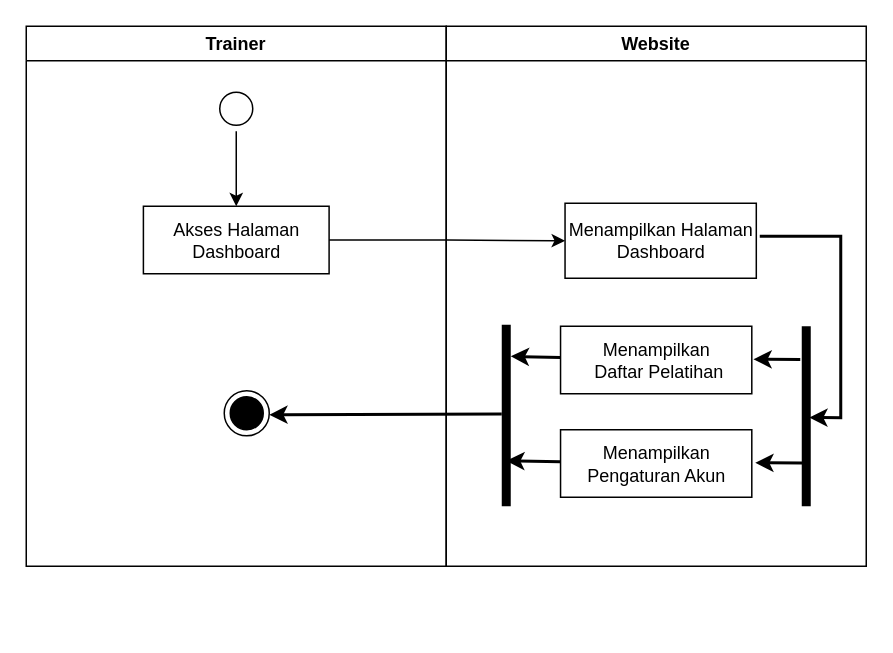
Earlier version of the draw.io diagram Dokumen TA/Diagram/activity_diagram/trainer/trainer menampilkan dashboard.drawio (secondline16/ptsuryasafetynusantara). Source tidied: cells renumbered, new cells numbered last; positions are measured from the earlier drawing's top-left corner, leaving out a move shared by most shapes. Both pictures are drawn from the tidied source at 150%, with x=0, y=0 at pixel (26, 26).
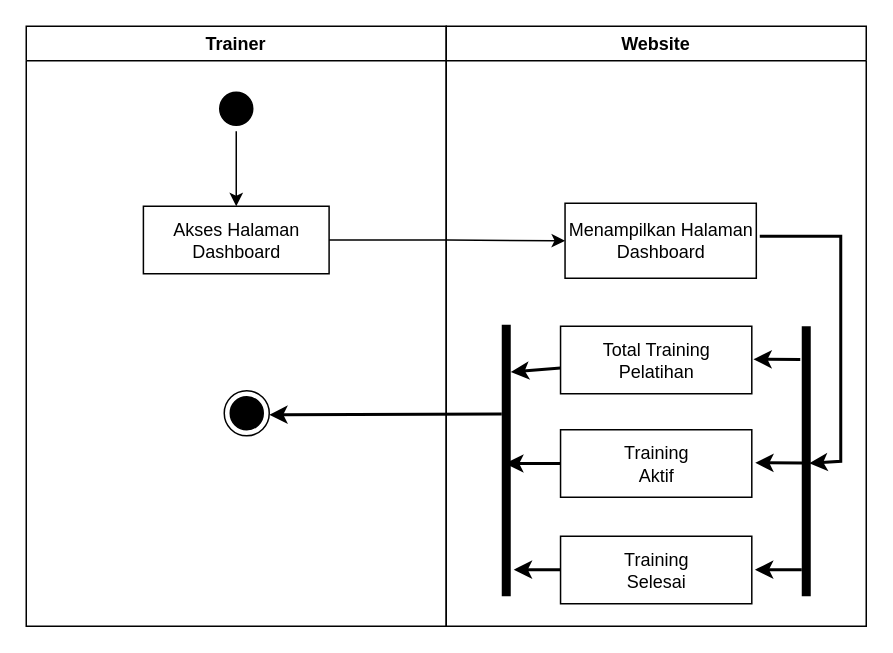
The same diagram, later.

Change to the diagram source:
```diff
@@
     <mxCell id="2" value="Website" style="swimlane;fillColor=none;" parent="1" vertex="1">
-      <mxGeometry x="280" width="280" height="360" as="geometry" />
+      <mxGeometry x="280" width="280" height="400" as="geometry" />
     </mxCell>
     <mxCell id="3" style="edgeStyle=none;rounded=0;jettySize=auto;html=1;strokeWidth=2;entryX=0.507;entryY=0.4;entryDx=0;entryDy=0;entryPerimeter=0;" parent="2" edge="1" target="9">
       <mxGeometry relative="1" as="geometry">
         <mxPoint x="209" y="140" as="sourcePoint" />
         <Array as="points">
           <mxPoint x="263" y="140" />
-          <mxPoint x="263" y="261" />
+          <mxPoint x="263" y="290" />
         </Array>
       </mxGeometry>
     </mxCell>
@@
-    <mxCell id="6" value="Menampilkan &lt;br&gt;&amp;nbsp;Daftar Pelatihan" style="html=1;strokeColor=#000000;fillColor=default;" parent="2" vertex="1">
+    <mxCell id="6" value="Total Training&lt;br&gt;Pelatihan" style="html=1;strokeColor=#000000;fillColor=default;" parent="2" vertex="1">
       <mxGeometry x="76.2" y="200" width="127.5" height="45" as="geometry" />
     </mxCell>
-    <mxCell id="7" style="edgeStyle=none;rounded=0;jettySize=auto;html=1;entryX=0.75;entryY=0.5;entryDx=0;entryDy=0;entryPerimeter=0;strokeWidth=2;" parent="2" edge="1" source="8" target="10">
+    <mxCell id="7" style="edgeStyle=none;rounded=0;jettySize=auto;html=1;entryX=0.511;entryY=0.537;entryDx=0;entryDy=0;entryPerimeter=0;strokeWidth=2;" parent="2" edge="1" source="8" target="10">
       <mxGeometry relative="1" as="geometry" />
     </mxCell>
-    <mxCell id="8" value="Menampilkan&lt;br&gt;Pengaturan Akun" style="html=1;strokeColor=#000000;fillColor=default;" parent="2" vertex="1">
+    <mxCell id="8" value="Training&lt;br&gt;Aktif" style="html=1;strokeColor=#000000;fillColor=default;" parent="2" vertex="1">
       <mxGeometry x="76.2" y="269" width="127.5" height="45" as="geometry" />
     </mxCell>
     <mxCell id="9" style="line;strokeWidth=6;html=1;labelBackgroundColor=#FFFFFF;direction=south;" parent="2" vertex="1">
-      <mxGeometry x="230" y="200" width="20" height="120" as="geometry" />
+      <mxGeometry x="230" y="200" width="20" height="180" as="geometry" />
     </mxCell>
     <mxCell id="10" style="line;strokeWidth=6;html=1;labelBackgroundColor=#FFFFFF;direction=south;" parent="2" vertex="1">
-      <mxGeometry x="30" y="199" width="20" height="121" as="geometry" />
+      <mxGeometry x="30" y="199" width="20" height="181" as="geometry" />
     </mxCell>
@@
+    <mxCell id="20" value="Training&lt;br&gt;Selesai" style="html=1;strokeColor=#000000;fillColor=default;" parent="2" vertex="1">
+      <mxGeometry x="76.2" y="340" width="127.5" height="45" as="geometry" />
+    </mxCell>
+    <mxCell id="21" style="edgeStyle=none;rounded=0;orthogonalLoop=1;jettySize=auto;html=1;entryX=0.4;entryY=0.248;entryDx=0;entryDy=0;entryPerimeter=0;strokeWidth=2;" parent="2" edge="1">
+      <mxGeometry relative="1" as="geometry">
+        <mxPoint x="237" y="362.3" as="sourcePoint" />
+        <mxPoint x="205.8" y="362.3" as="targetPoint" />
+      </mxGeometry>
+    </mxCell>
+    <mxCell id="22" style="edgeStyle=none;rounded=0;orthogonalLoop=1;jettySize=auto;html=1;entryX=0.4;entryY=0.248;entryDx=0;entryDy=0;entryPerimeter=0;strokeWidth=2;" parent="2" edge="1">
+      <mxGeometry relative="1" as="geometry">
+        <mxPoint x="76.2" y="362.3" as="sourcePoint" />
+        <mxPoint x="45" y="362.3" as="targetPoint" />
+      </mxGeometry>
+    </mxCell>
     <mxCell id="13" value="Trainer" style="swimlane;fillColor=none;startSize=23;" parent="1" vertex="1">
-      <mxGeometry width="280" height="360" as="geometry" />
+      <mxGeometry width="280" height="400" as="geometry" />
     </mxCell>
@@
-    <mxCell id="15" style="ellipse;html=1;shape=startState;fillColor=default;strokeColor=#000000;" parent="13" vertex="1">
+    <mxCell id="15" style="ellipse;html=1;shape=startState;fillColor=#000000;strokeColor=#000000;" parent="13" vertex="1">
       <mxGeometry x="125" y="40" width="30" height="30" as="geometry" />
     </mxCell>
```
